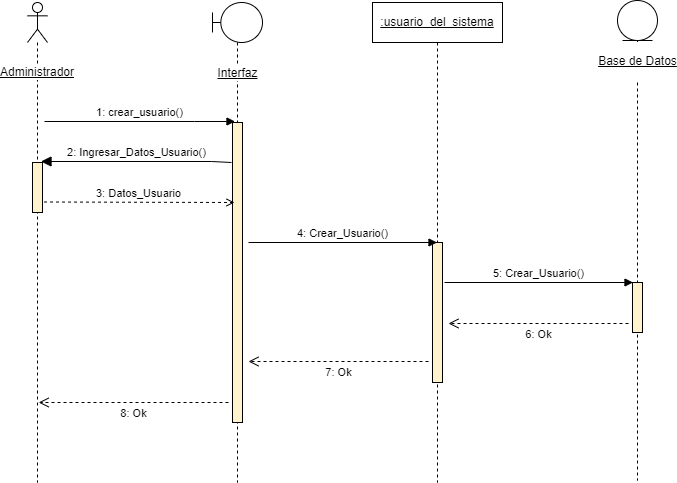
Above: CEA Proyect/Diagramas&Diseños/DiagramDeSecuencias/DSCrearUsuario.png in ludwingx/AppCEA (draw.io), before the change. Source tidied: cells renumbered, new cells last; positions are measured from the earlier drawing's top-left corner, leaving out a move shared by most shapes. Source of this version:
```xml
<mxGraphModel>
  <root>
    <mxCell id="0" />
    <mxCell id="1" parent="0" />
    <mxCell id="2" value="Administrador" style="shape=umlLifeline;participant=umlActor;perimeter=lifelinePerimeter;whiteSpace=wrap;html=1;verticalAlign=middle;spacingTop=100;labelBackgroundColor=default;fontStyle=4;" parent="1" vertex="1">
      <mxGeometry y="2" width="20" height="480" as="geometry" />
    </mxCell>
    <mxCell id="3" style="html=1;points=[];perimeter=orthogonalPerimeter;labelBackgroundColor=default;labelBorderColor=none;strokeColor=#000000;fillColor=#fff2cc;" parent="2" vertex="1">
      <mxGeometry x="5" y="160" width="10" height="50" as="geometry" />
    </mxCell>
    <mxCell id="4" value="Interfaz" style="shape=umlLifeline;participant=umlBoundary;perimeter=lifelinePerimeter;html=1;verticalAlign=middle;spacingTop=102;outlineConnect=0;spacing=0;labelBackgroundColor=default;labelBorderColor=none;fontStyle=4;" parent="1" vertex="1">
      <mxGeometry x="185" y="2" width="50" height="480" as="geometry" />
    </mxCell>
    <mxCell id="5" style="html=1;points=[];perimeter=orthogonalPerimeter;fillColor=#fff2cc;strokeColor=#000000;" parent="4" vertex="1">
      <mxGeometry x="20" y="120" width="10" height="300" as="geometry" />
    </mxCell>
    <mxCell id="6" value="&lt;u&gt;:usuario_del_sistema&lt;/u&gt;" style="shape=umlLifeline;perimeter=lifelinePerimeter;whiteSpace=wrap;html=1;outlineConnect=0;" parent="1" vertex="1">
      <mxGeometry x="345" y="2" width="130" height="480" as="geometry" />
    </mxCell>
    <mxCell id="7" style="html=1;perimeter=orthogonalPerimeter;labelBackgroundColor=default;labelBorderColor=none;strokeColor=#000000;fillColor=#fff2cc;" parent="6" vertex="1">
      <mxGeometry x="60" y="240" width="10" height="140" as="geometry" />
    </mxCell>
    <mxCell id="8" value="1: crear_usuario()" style="html=1;verticalAlign=bottom;endArrow=block;rounded=0;" parent="1" edge="1">
      <mxGeometry relative="1" as="geometry">
        <mxPoint x="17" y="121" as="sourcePoint" />
        <mxPoint x="207.5" y="121" as="targetPoint" />
        <Array as="points">
          <mxPoint x="167" y="121" />
        </Array>
      </mxGeometry>
    </mxCell>
    <mxCell id="9" value="2: Ingresar_Datos_Usuario()" style="html=1;verticalAlign=bottom;endArrow=block;endSize=8;rounded=0;endFill=1;" parent="1" edge="1">
      <mxGeometry relative="1" as="geometry">
        <mxPoint x="204" y="162" as="sourcePoint" />
        <mxPoint x="13.5" y="161" as="targetPoint" />
        <Array as="points">
          <mxPoint x="184" y="161" />
        </Array>
      </mxGeometry>
    </mxCell>
    <mxCell id="10" value="3: Datos_Usuario" style="html=1;verticalAlign=bottom;endArrow=open;rounded=0;dashed=1;endFill=0;" parent="1" edge="1">
      <mxGeometry relative="1" as="geometry">
        <mxPoint x="16.5" y="201.5" as="sourcePoint" />
        <mxPoint x="207" y="202" as="targetPoint" />
      </mxGeometry>
    </mxCell>
    <mxCell id="11" value="4: Crear_Usuario()" style="html=1;verticalAlign=bottom;endArrow=block;rounded=0;exitX=1.4;exitY=0.395;exitDx=0;exitDy=0;exitPerimeter=0;arcSize=0;" parent="1" edge="1">
      <mxGeometry relative="1" as="geometry">
        <mxPoint x="221" y="242" as="sourcePoint" />
        <mxPoint x="409.5" y="242" as="targetPoint" />
      </mxGeometry>
    </mxCell>
    <mxCell id="12" value="&lt;p style=&quot;line-height: 1.2;&quot;&gt;&lt;u&gt;Base de Datos&lt;/u&gt;&lt;/p&gt;" style="shape=umlLifeline;participant=umlEntity;perimeter=lifelinePerimeter;html=1;verticalAlign=middle;spacingTop=81;fontSize=12;labelPosition=center;verticalLabelPosition=middle;align=center;spacingRight=0;spacing=0;labelBorderColor=none;labelBackgroundColor=default;" parent="1" vertex="1">
      <mxGeometry x="590" width="40" height="480" as="geometry" />
    </mxCell>
    <mxCell id="13" style="html=1;perimeter=orthogonalPerimeter;labelBackgroundColor=default;labelBorderColor=none;strokeColor=#000000;fillColor=#fff2cc;" parent="12" vertex="1">
      <mxGeometry x="15" y="282" width="10" height="50" as="geometry" />
    </mxCell>
    <mxCell id="14" value="6: Ok" style="html=1;verticalAlign=bottom;endArrow=open;dashed=1;endSize=8;rounded=0;strokeColor=default;" parent="1" edge="1">
      <mxGeometry y="20" relative="1" as="geometry">
        <mxPoint x="601" y="323" as="sourcePoint" />
        <mxPoint x="421" y="323" as="targetPoint" />
      </mxGeometry>
    </mxCell>
    <mxCell id="15" value="8: Ok" style="html=1;verticalAlign=bottom;endArrow=open;dashed=1;endSize=8;rounded=0;strokeColor=default;" parent="1" edge="1">
      <mxGeometry y="20" relative="1" as="geometry">
        <mxPoint x="201" y="402" as="sourcePoint" />
        <mxPoint x="11.2" y="402" as="targetPoint" />
      </mxGeometry>
    </mxCell>
    <mxCell id="16" value="7: Ok" style="html=1;verticalAlign=bottom;endArrow=open;dashed=1;endSize=8;rounded=0;strokeColor=default;entryX=1.4;entryY=0.85;entryDx=0;entryDy=0;entryPerimeter=0;" parent="1" edge="1">
      <mxGeometry y="20" relative="1" as="geometry">
        <mxPoint x="401" y="361" as="sourcePoint" />
        <mxPoint x="221" y="361" as="targetPoint" />
      </mxGeometry>
    </mxCell>
    <mxCell id="17" value="5: Crear_Usuario()" style="html=1;verticalAlign=bottom;endArrow=block;rounded=0;exitX=1.4;exitY=0.395;exitDx=0;exitDy=0;exitPerimeter=0;arcSize=0;" parent="1" edge="1">
      <mxGeometry relative="1" as="geometry">
        <mxPoint x="417" y="282" as="sourcePoint" />
        <mxPoint x="605.5" y="282" as="targetPoint" />
      </mxGeometry>
    </mxCell>
  </root>
</mxGraphModel>
```
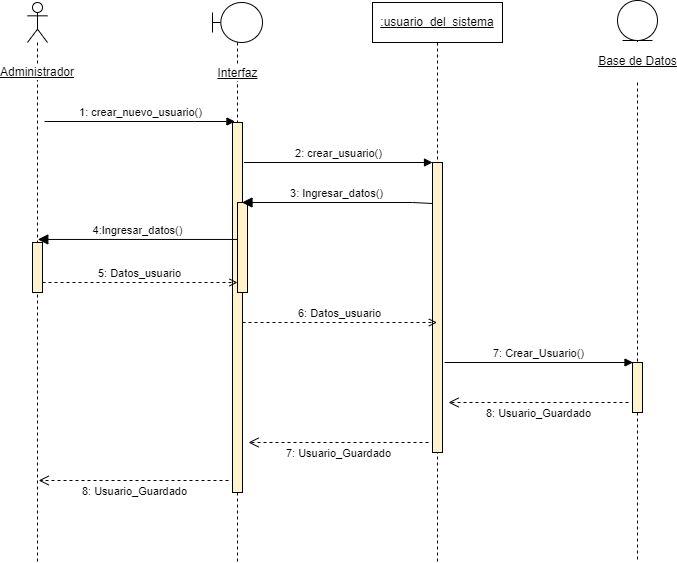
After the commit.

Diff of the diagram source:
```diff
@@ -3,24 +3,48 @@
     <mxCell id="0" />
     <mxCell id="1" parent="0" />
     <mxCell id="2" value="Administrador" style="shape=umlLifeline;participant=umlActor;perimeter=lifelinePerimeter;whiteSpace=wrap;html=1;verticalAlign=middle;spacingTop=100;labelBackgroundColor=default;fontStyle=4;" parent="1" vertex="1">
-      <mxGeometry y="2" width="20" height="480" as="geometry" />
+      <mxGeometry y="2" width="20" height="560" as="geometry" />
     </mxCell>
     <mxCell id="3" style="html=1;points=[];perimeter=orthogonalPerimeter;labelBackgroundColor=default;labelBorderColor=none;strokeColor=#000000;fillColor=#fff2cc;" parent="2" vertex="1">
-      <mxGeometry x="5" y="160" width="10" height="50" as="geometry" />
+      <mxGeometry x="5" y="240" width="10" height="50" as="geometry" />
     </mxCell>
     <mxCell id="4" value="Interfaz" style="shape=umlLifeline;participant=umlBoundary;perimeter=lifelinePerimeter;html=1;verticalAlign=middle;spacingTop=102;outlineConnect=0;spacing=0;labelBackgroundColor=default;labelBorderColor=none;fontStyle=4;" parent="1" vertex="1">
-      <mxGeometry x="185" y="2" width="50" height="480" as="geometry" />
+      <mxGeometry x="185" y="2" width="50" height="560" as="geometry" />
     </mxCell>
     <mxCell id="5" style="html=1;points=[];perimeter=orthogonalPerimeter;fillColor=#fff2cc;strokeColor=#000000;" parent="4" vertex="1">
-      <mxGeometry x="20" y="120" width="10" height="300" as="geometry" />
+      <mxGeometry x="20" y="120" width="10" height="370" as="geometry" />
     </mxCell>
+    <mxCell id="18" style="html=1;points=[];perimeter=orthogonalPerimeter;labelBackgroundColor=default;labelBorderColor=none;strokeColor=#000000;fillColor=#fff2cc;" parent="4" vertex="1">
+      <mxGeometry x="25" y="200" width="10" height="90" as="geometry" />
+    </mxCell>
     <mxCell id="6" value="&lt;u&gt;:usuario_del_sistema&lt;/u&gt;" style="shape=umlLifeline;perimeter=lifelinePerimeter;whiteSpace=wrap;html=1;outlineConnect=0;" parent="1" vertex="1">
-      <mxGeometry x="345" y="2" width="130" height="480" as="geometry" />
+      <mxGeometry x="345" y="2" width="130" height="560" as="geometry" />
     </mxCell>
     <mxCell id="7" style="html=1;perimeter=orthogonalPerimeter;labelBackgroundColor=default;labelBorderColor=none;strokeColor=#000000;fillColor=#fff2cc;" parent="6" vertex="1">
-      <mxGeometry x="60" y="240" width="10" height="140" as="geometry" />
+      <mxGeometry x="60" y="160" width="10" height="290" as="geometry" />
     </mxCell>
+    <mxCell id="11" value="2: crear_usuario()" style="html=1;verticalAlign=bottom;endArrow=block;rounded=0;exitX=1.4;exitY=0.395;exitDx=0;exitDy=0;exitPerimeter=0;arcSize=0;" parent="6" edge="1">
+      <mxGeometry relative="1" as="geometry">
+        <mxPoint x="-128.5" y="160" as="sourcePoint" />
+        <mxPoint x="60" y="160" as="targetPoint" />
+      </mxGeometry>
+    </mxCell>
+    <mxCell id="9" value="3: Ingresar_datos()" style="html=1;verticalAlign=bottom;endArrow=block;endSize=8;rounded=0;endFill=1;" parent="6" edge="1">
+      <mxGeometry relative="1" as="geometry">
+        <mxPoint x="60" y="201" as="sourcePoint" />
+        <mxPoint x="-130.5" y="200" as="targetPoint" />
+        <Array as="points">
+          <mxPoint x="40" y="200" />
+        </Array>
+      </mxGeometry>
+    </mxCell>
+    <mxCell id="16" value="7: Usuario_Guardado" style="html=1;verticalAlign=bottom;endArrow=open;dashed=1;endSize=8;rounded=0;strokeColor=default;entryX=1.4;entryY=0.85;entryDx=0;entryDy=0;entryPerimeter=0;" parent="6" edge="1">
+      <mxGeometry y="20" relative="1" as="geometry">
+        <mxPoint x="56" y="440" as="sourcePoint" />
+        <mxPoint x="-124" y="440" as="targetPoint" />
+      </mxGeometry>
+    </mxCell>
-    <mxCell id="8" value="1: crear_usuario()" style="html=1;verticalAlign=bottom;endArrow=block;rounded=0;" parent="1" edge="1">
+    <mxCell id="8" value="1: crear_nuevo_usuario()" style="html=1;verticalAlign=bottom;endArrow=block;rounded=0;" parent="1" edge="1">
       <mxGeometry relative="1" as="geometry">
         <mxPoint x="17" y="121" as="sourcePoint" />
         <mxPoint x="207.5" y="121" as="targetPoint" />
@@ -29,56 +53,46 @@
         </Array>
       </mxGeometry>
     </mxCell>
-    <mxCell id="9" value="2: Ingresar_Datos_Usuario()" style="html=1;verticalAlign=bottom;endArrow=block;endSize=8;rounded=0;endFill=1;" parent="1" edge="1">
-      <mxGeometry relative="1" as="geometry">
-        <mxPoint x="204" y="162" as="sourcePoint" />
-        <mxPoint x="13.5" y="161" as="targetPoint" />
-        <Array as="points">
-          <mxPoint x="184" y="161" />
-        </Array>
-      </mxGeometry>
-    </mxCell>
-    <mxCell id="10" value="3: Datos_Usuario" style="html=1;verticalAlign=bottom;endArrow=open;rounded=0;dashed=1;endFill=0;" parent="1" edge="1">
-      <mxGeometry relative="1" as="geometry">
-        <mxPoint x="16.5" y="201.5" as="sourcePoint" />
-        <mxPoint x="207" y="202" as="targetPoint" />
-      </mxGeometry>
-    </mxCell>
-    <mxCell id="11" value="4: Crear_Usuario()" style="html=1;verticalAlign=bottom;endArrow=block;rounded=0;exitX=1.4;exitY=0.395;exitDx=0;exitDy=0;exitPerimeter=0;arcSize=0;" parent="1" edge="1">
-      <mxGeometry relative="1" as="geometry">
-        <mxPoint x="221" y="242" as="sourcePoint" />
-        <mxPoint x="409.5" y="242" as="targetPoint" />
-      </mxGeometry>
-    </mxCell>
     <mxCell id="12" value="&lt;p style=&quot;line-height: 1.2;&quot;&gt;&lt;u&gt;Base de Datos&lt;/u&gt;&lt;/p&gt;" style="shape=umlLifeline;participant=umlEntity;perimeter=lifelinePerimeter;html=1;verticalAlign=middle;spacingTop=81;fontSize=12;labelPosition=center;verticalLabelPosition=middle;align=center;spacingRight=0;spacing=0;labelBorderColor=none;labelBackgroundColor=default;" parent="1" vertex="1">
-      <mxGeometry x="590" width="40" height="480" as="geometry" />
+      <mxGeometry x="590" width="40" height="562" as="geometry" />
     </mxCell>
     <mxCell id="13" style="html=1;perimeter=orthogonalPerimeter;labelBackgroundColor=default;labelBorderColor=none;strokeColor=#000000;fillColor=#fff2cc;" parent="12" vertex="1">
-      <mxGeometry x="15" y="282" width="10" height="50" as="geometry" />
+      <mxGeometry x="15" y="362" width="10" height="50" as="geometry" />
     </mxCell>
-    <mxCell id="14" value="6: Ok" style="html=1;verticalAlign=bottom;endArrow=open;dashed=1;endSize=8;rounded=0;strokeColor=default;" parent="1" edge="1">
+    <mxCell id="14" value="8: Usuario_Guardado" style="html=1;verticalAlign=bottom;endArrow=open;dashed=1;endSize=8;rounded=0;strokeColor=default;" parent="1" edge="1">
       <mxGeometry y="20" relative="1" as="geometry">
-        <mxPoint x="601" y="323" as="sourcePoint" />
-        <mxPoint x="421" y="323" as="targetPoint" />
+        <mxPoint x="601" y="402" as="sourcePoint" />
+        <mxPoint x="421" y="402" as="targetPoint" />
       </mxGeometry>
     </mxCell>
-    <mxCell id="15" value="8: Ok" style="html=1;verticalAlign=bottom;endArrow=open;dashed=1;endSize=8;rounded=0;strokeColor=default;" parent="1" edge="1">
+    <mxCell id="15" value="8: Usuario_Guardado" style="html=1;verticalAlign=bottom;endArrow=open;dashed=1;endSize=8;rounded=0;strokeColor=default;" parent="1" edge="1">
       <mxGeometry y="20" relative="1" as="geometry">
-        <mxPoint x="201" y="402" as="sourcePoint" />
-        <mxPoint x="11.2" y="402" as="targetPoint" />
+        <mxPoint x="201" y="480" as="sourcePoint" />
+        <mxPoint x="11.2" y="480" as="targetPoint" />
       </mxGeometry>
     </mxCell>
-    <mxCell id="16" value="7: Ok" style="html=1;verticalAlign=bottom;endArrow=open;dashed=1;endSize=8;rounded=0;strokeColor=default;entryX=1.4;entryY=0.85;entryDx=0;entryDy=0;entryPerimeter=0;" parent="1" edge="1">
-      <mxGeometry y="20" relative="1" as="geometry">
-        <mxPoint x="401" y="361" as="sourcePoint" />
-        <mxPoint x="221" y="361" as="targetPoint" />
-      </mxGeometry>
-    </mxCell>
-    <mxCell id="17" value="5: Crear_Usuario()" style="html=1;verticalAlign=bottom;endArrow=block;rounded=0;exitX=1.4;exitY=0.395;exitDx=0;exitDy=0;exitPerimeter=0;arcSize=0;" parent="1" edge="1">
+    <mxCell id="17" value="7: Crear_Usuario()" style="html=1;verticalAlign=bottom;endArrow=block;rounded=0;exitX=1.4;exitY=0.395;exitDx=0;exitDy=0;exitPerimeter=0;arcSize=0;" parent="1" edge="1">
       <mxGeometry relative="1" as="geometry">
-        <mxPoint x="417" y="282" as="sourcePoint" />
-        <mxPoint x="605.5" y="282" as="targetPoint" />
+        <mxPoint x="417" y="362" as="sourcePoint" />
+        <mxPoint x="605.5" y="362" as="targetPoint" />
       </mxGeometry>
     </mxCell>
+    <mxCell id="19" value="4:Ingresar_datos()" style="html=1;verticalAlign=bottom;endArrow=block;endSize=8;rounded=0;endFill=1;entryX=0.531;entryY=-0.061;entryDx=0;entryDy=0;entryPerimeter=0;" parent="1" edge="1" source="4" target="3">
+      <mxGeometry relative="1" as="geometry" />
+    </mxCell>
+    <mxCell id="10" value="5: Datos_usuario" style="html=1;verticalAlign=bottom;endArrow=open;rounded=0;dashed=1;endFill=0;" parent="1" edge="1" source="3" target="18">
+      <mxGeometry relative="1" as="geometry">
+        <Array as="points">
+          <mxPoint x="150" y="282" />
+        </Array>
+      </mxGeometry>
+    </mxCell>
+    <mxCell id="20" value="6: Datos_usuario" style="html=1;verticalAlign=bottom;endArrow=open;rounded=0;dashed=1;endFill=0;" parent="1" edge="1" source="5" target="6">
+      <mxGeometry relative="1" as="geometry">
+        <Array as="points">
+          <mxPoint x="355" y="322" />
+        </Array>
+      </mxGeometry>
+    </mxCell>
   </root>
 </mxGraphModel>
```
